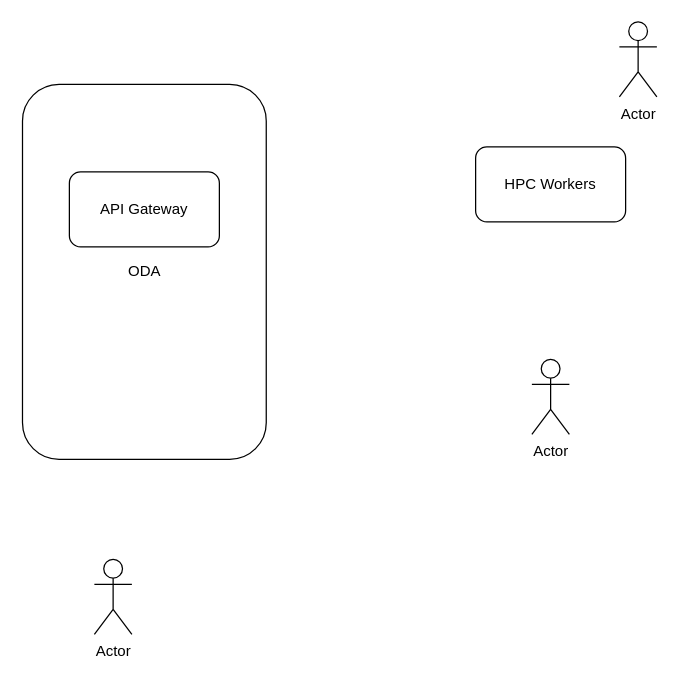
This is Diagram.drawio from cdcihub/oda-runners, a draw.io file, before an edit. Source tidied: cells renumbered, new cells numbered last; positions are measured from the earlier drawing's top-left corner, leaving out a move shared by most shapes. Both pictures are drawn from the tidied source at 125%, with x=0, y=0 at pixel (21, 21).
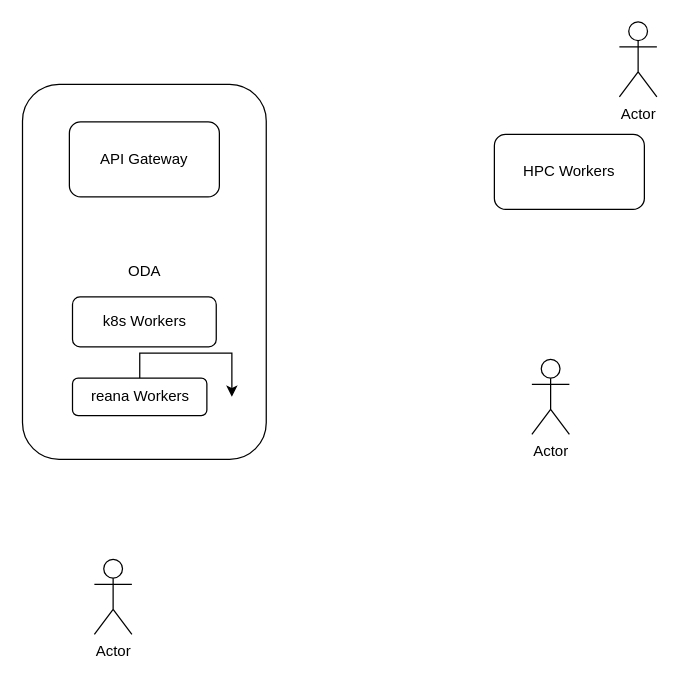
The same diagram, later.

The edit, as a diff of the source:
```diff
@@
 <mxGraphModel>
   <root>
     <mxCell id="0" />
     <mxCell id="1" parent="0" />
     <mxCell id="2" value="ODA" style="rounded=1;whiteSpace=wrap;html=1;" parent="1" vertex="1">
       <mxGeometry x="0.5" y="50" width="195" height="300" as="geometry" />
     </mxCell>
     <mxCell id="3" value="API Gateway" style="rounded=1;whiteSpace=wrap;html=1;" parent="1" vertex="1">
-      <mxGeometry x="38" y="120" width="120" height="60" as="geometry" />
+      <mxGeometry x="38" y="80" width="120" height="60" as="geometry" />
     </mxCell>
     <mxCell id="4" value="HPC Workers" style="rounded=1;whiteSpace=wrap;html=1;" parent="1" vertex="1">
-      <mxGeometry x="363" y="100" width="120" height="60" as="geometry" />
+      <mxGeometry x="378" y="90" width="120" height="60" as="geometry" />
     </mxCell>
     <mxCell id="5" value="Actor" style="shape=umlActor;verticalLabelPosition=bottom;verticalAlign=top;html=1;" parent="1" vertex="1">
       <mxGeometry x="478" width="30" height="60" as="geometry" />
     </mxCell>
     <mxCell id="6" value="Actor" style="shape=umlActor;verticalLabelPosition=bottom;verticalAlign=top;html=1;" parent="1" vertex="1">
       <mxGeometry x="408" y="270" width="30" height="60" as="geometry" />
     </mxCell>
     <mxCell id="7" value="Actor" style="shape=umlActor;verticalLabelPosition=bottom;verticalAlign=top;html=1;" parent="1" vertex="1">
       <mxGeometry x="58" y="430" width="30" height="60" as="geometry" />
     </mxCell>
+    <mxCell id="8" value="k8s Workers" style="rounded=1;whiteSpace=wrap;html=1;" parent="1" vertex="1">
+      <mxGeometry x="40.5" y="220" width="115" height="40" as="geometry" />
+    </mxCell>
+    <mxCell id="9" style="edgeStyle=orthogonalEdgeStyle;rounded=0;jettySize=auto;html=1;entryX=0.859;entryY=0.833;entryDx=0;entryDy=0;entryPerimeter=0;" parent="1" edge="1" source="10" target="2">
+      <mxGeometry relative="1" as="geometry" />
+    </mxCell>
+    <mxCell id="10" value="reana Workers" style="rounded=1;whiteSpace=wrap;html=1;" parent="1" vertex="1">
+      <mxGeometry x="40.5" y="285" width="107.5" height="30" as="geometry" />
+    </mxCell>
   </root>
 </mxGraphModel>
```
